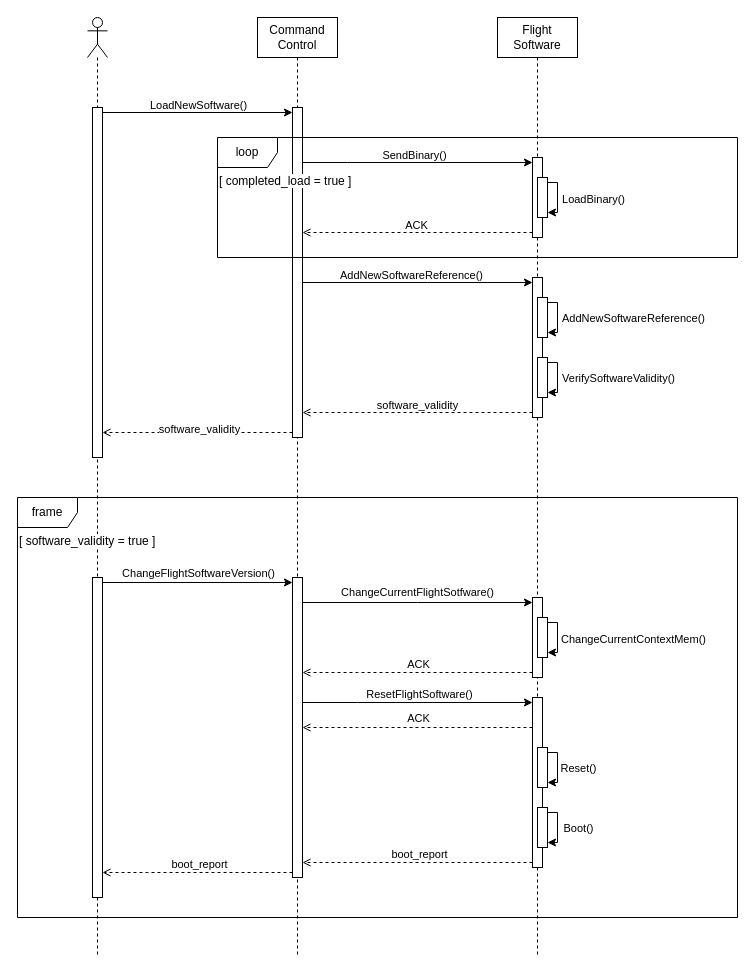
This is doc/images/Reload_Procedure_Sequence_Diagram.drawio from TOLOSAT/flight-software, a draw.io file, before an edit. Source tidied: cells renumbered, new cells numbered last; positions are measured from the earlier drawing's top-left corner, leaving out a move shared by most shapes. Both pictures are drawn from the tidied source at 100%, with x=0, y=0 at pixel (17, 17).
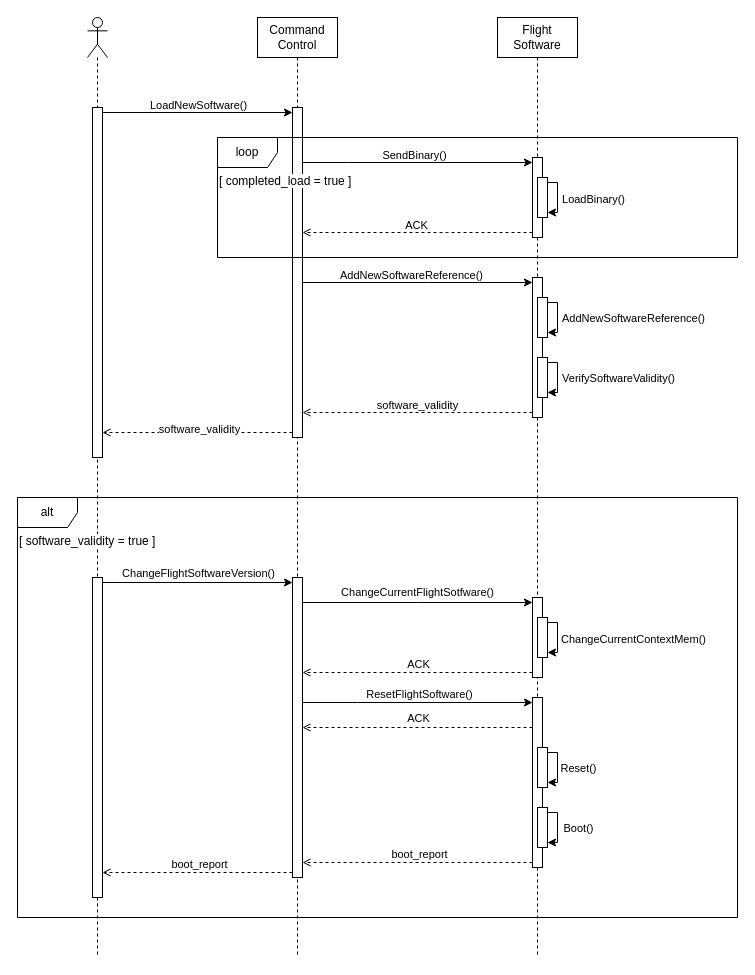
After the change.

The edit, as a diff of the source:
```diff
@@
-    <mxCell id="2" value="frame" style="shape=umlFrame;whiteSpace=wrap;html=1;" parent="1" vertex="1">
+    <mxCell id="2" value="alt" style="shape=umlFrame;whiteSpace=wrap;html=1;" parent="1" vertex="1">
       <mxGeometry y="480" width="720" height="420" as="geometry" />
     </mxCell>
```
